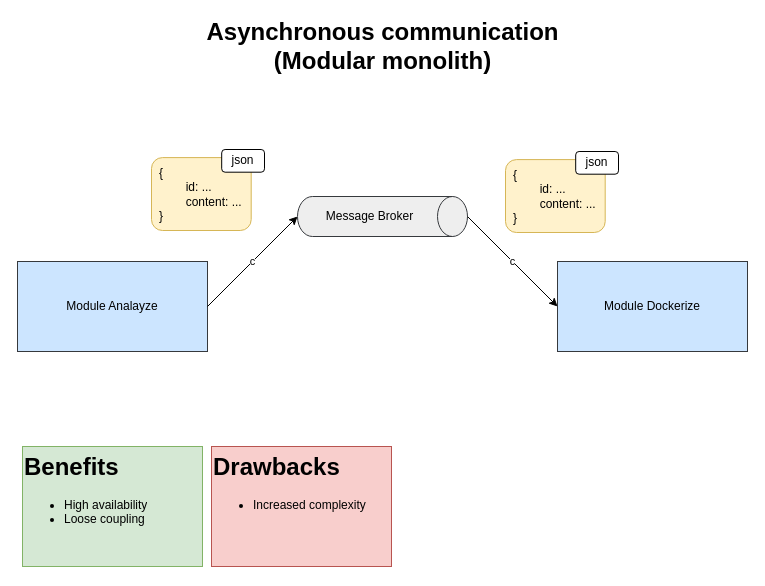
Earlier version of the draw.io diagram page "asynchronous-communicaton-between-modules" (2 of 5) of diagrams/core-unit.drawio (toni123321/vm-to-container-migrator). Source tidied: cells renumbered, new cells numbered last; positions are measured from the earlier drawing's top-left corner, leaving out a move shared by most shapes. Both pictures are drawn from the tidied source at 100%, with x=0, y=0 at pixel (17, 26).
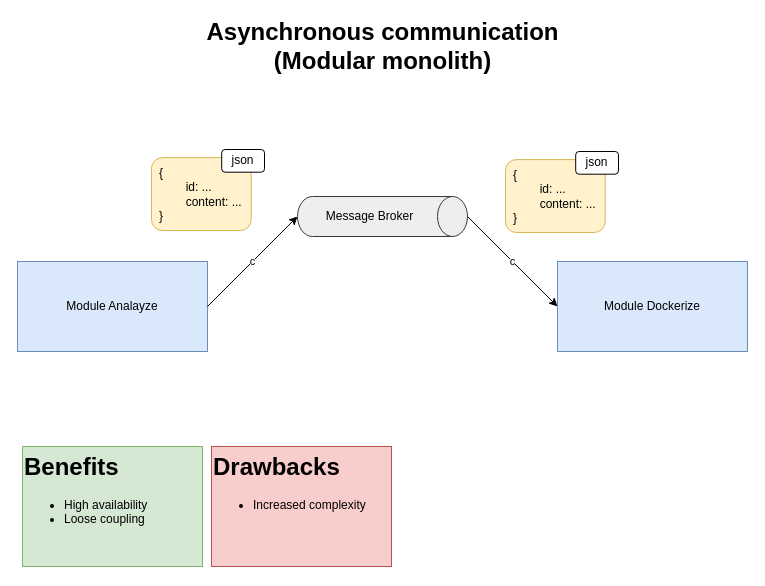
After the change.

What changed in the source:
```diff
@@
 <mxGraphModel>
   <root>
     <mxCell id="0" />
     <mxCell id="1" parent="0" />
-    <mxCell id="2" value="Module Analayze" style="rounded=0;whiteSpace=wrap;html=1;fillColor=#cce5ff;strokeColor=#36393d;" parent="1" vertex="1">
+    <mxCell id="2" value="Module Analayze" style="rounded=0;whiteSpace=wrap;html=1;fillColor=#dae8fc;strokeColor=#6c8ebf;" parent="1" vertex="1">
       <mxGeometry y="235" width="190" height="90" as="geometry" />
     </mxCell>
     <mxCell id="3" value="c" style="endArrow=classic;html=1;rounded=0;exitX=1;exitY=0.5;exitDx=0;exitDy=0;entryX=0.5;entryY=1;entryDx=0;entryDy=0;entryPerimeter=0;" parent="1" edge="1" source="2" target="6">
       <mxGeometry relative="1" as="geometry" />
     </mxCell>
     <mxCell id="4" value="&lt;h1 style=&quot;margin-top: 0px;&quot;&gt;Benefits&lt;/h1&gt;&lt;p&gt;&lt;/p&gt;&lt;ul&gt;&lt;li&gt;&lt;span style=&quot;background-color: initial;&quot;&gt;High availability&lt;/span&gt;&lt;/li&gt;&lt;li&gt;Loose coupling&lt;/li&gt;&lt;/ul&gt;&lt;p&gt;&lt;/p&gt;" style="text;html=1;whiteSpace=wrap;overflow=hidden;rounded=0;fillColor=#d5e8d4;strokeColor=#82b366;" parent="1" vertex="1">
       <mxGeometry x="5" y="420" width="180" height="120" as="geometry" />
     </mxCell>
     <mxCell id="5" value="&lt;h1 style=&quot;margin-top: 0px;&quot;&gt;Drawbacks&lt;/h1&gt;&lt;p&gt;&lt;/p&gt;&lt;ul&gt;&lt;li&gt;Increased complexity&lt;/li&gt;&lt;/ul&gt;&lt;p&gt;&lt;/p&gt;" style="text;html=1;whiteSpace=wrap;overflow=hidden;rounded=0;fillColor=#f8cecc;strokeColor=#b85450;" parent="1" vertex="1">
       <mxGeometry x="194" y="420" width="180" height="120" as="geometry" />
     </mxCell>
     <mxCell id="6" value="Message Broker" style="shape=cylinder3;whiteSpace=wrap;html=1;boundedLbl=1;backgroundOutline=1;size=15;direction=south;fillColor=#eeeeee;strokeColor=#36393d;" parent="1" vertex="1">
       <mxGeometry x="280" y="170" width="170" height="40" as="geometry" />
     </mxCell>
-    <mxCell id="7" value="Module Dockerize" style="rounded=0;whiteSpace=wrap;html=1;fillColor=#cce5ff;strokeColor=#36393d;" parent="1" vertex="1">
+    <mxCell id="7" value="Module Dockerize" style="rounded=0;whiteSpace=wrap;html=1;fillColor=#dae8fc;strokeColor=#6c8ebf;" parent="1" vertex="1">
       <mxGeometry x="540" y="235" width="190" height="90" as="geometry" />
     </mxCell>
     <mxCell id="8" value="c" style="endArrow=classic;html=1;rounded=0;exitX=0.5;exitY=0;exitDx=0;exitDy=0;exitPerimeter=0;entryX=0;entryY=0.5;entryDx=0;entryDy=0;" parent="1" edge="1" source="6" target="7">
       <mxGeometry relative="1" as="geometry" />
     </mxCell>
     <mxCell id="9" style="group;" parent="1" vertex="1">
       <mxGeometry x="134" y="123" width="113" height="81" as="geometry" />
     </mxCell>
     <mxCell id="10" style="rounded=1;whiteSpace=wrap;html=1;fillColor=#fff2cc;strokeColor=#d6b656;" parent="9" vertex="1">
       <mxGeometry y="8.1" width="99.7" height="72.9" as="geometry" />
     </mxCell>
     <mxCell id="11" value="{&lt;div&gt;&lt;span style=&quot;white-space: pre;&quot;&gt;&#9;&lt;/span&gt;id: ...&lt;br&gt;&lt;span style=&quot;white-space: pre;&quot;&gt;&#9;&lt;/span&gt;content: ...&lt;br&gt;&lt;div&gt;}&lt;/div&gt;&lt;/div&gt;" style="text;html=1;align=left;verticalAlign=middle;whiteSpace=wrap;rounded=0;" parent="9" vertex="1">
       <mxGeometry x="5.5" y="16.2" width="88.6" height="56.7" as="geometry" />
     </mxCell>
     <mxCell id="12" value="json" style="rounded=1;whiteSpace=wrap;html=1;" parent="9" vertex="1">
       <mxGeometry x="70.2" width="42.8" height="22.7" as="geometry" />
     </mxCell>
     <mxCell id="13" style="group;" parent="1" vertex="1">
       <mxGeometry x="488" y="125" width="113" height="81" as="geometry" />
     </mxCell>
     <mxCell id="14" style="rounded=1;whiteSpace=wrap;html=1;fillColor=#fff2cc;strokeColor=#d6b656;" parent="13" vertex="1">
       <mxGeometry y="8.1" width="99.7" height="72.9" as="geometry" />
     </mxCell>
     <mxCell id="15" value="{&lt;div&gt;&lt;span style=&quot;white-space: pre;&quot;&gt;&#9;&lt;/span&gt;id: ...&lt;br&gt;&lt;span style=&quot;white-space: pre;&quot;&gt;&#9;&lt;/span&gt;content: ...&lt;br&gt;&lt;div&gt;}&lt;/div&gt;&lt;/div&gt;" style="text;html=1;align=left;verticalAlign=middle;whiteSpace=wrap;rounded=0;" parent="13" vertex="1">
       <mxGeometry x="5.5" y="16.2" width="88.6" height="56.7" as="geometry" />
     </mxCell>
     <mxCell id="16" value="json" style="rounded=1;whiteSpace=wrap;html=1;" parent="13" vertex="1">
       <mxGeometry x="70.2" width="42.8" height="22.7" as="geometry" />
     </mxCell>
     <mxCell id="17" value="Asynchronous communication&lt;div&gt;(Modular monolith)&lt;/div&gt;" style="text;strokeColor=none;fillColor=none;html=1;fontSize=24;fontStyle=1;verticalAlign=middle;align=center;" parent="1" vertex="1">
       <mxGeometry x="315" width="100" height="40" as="geometry" />
     </mxCell>
   </root>
 </mxGraphModel>
```
